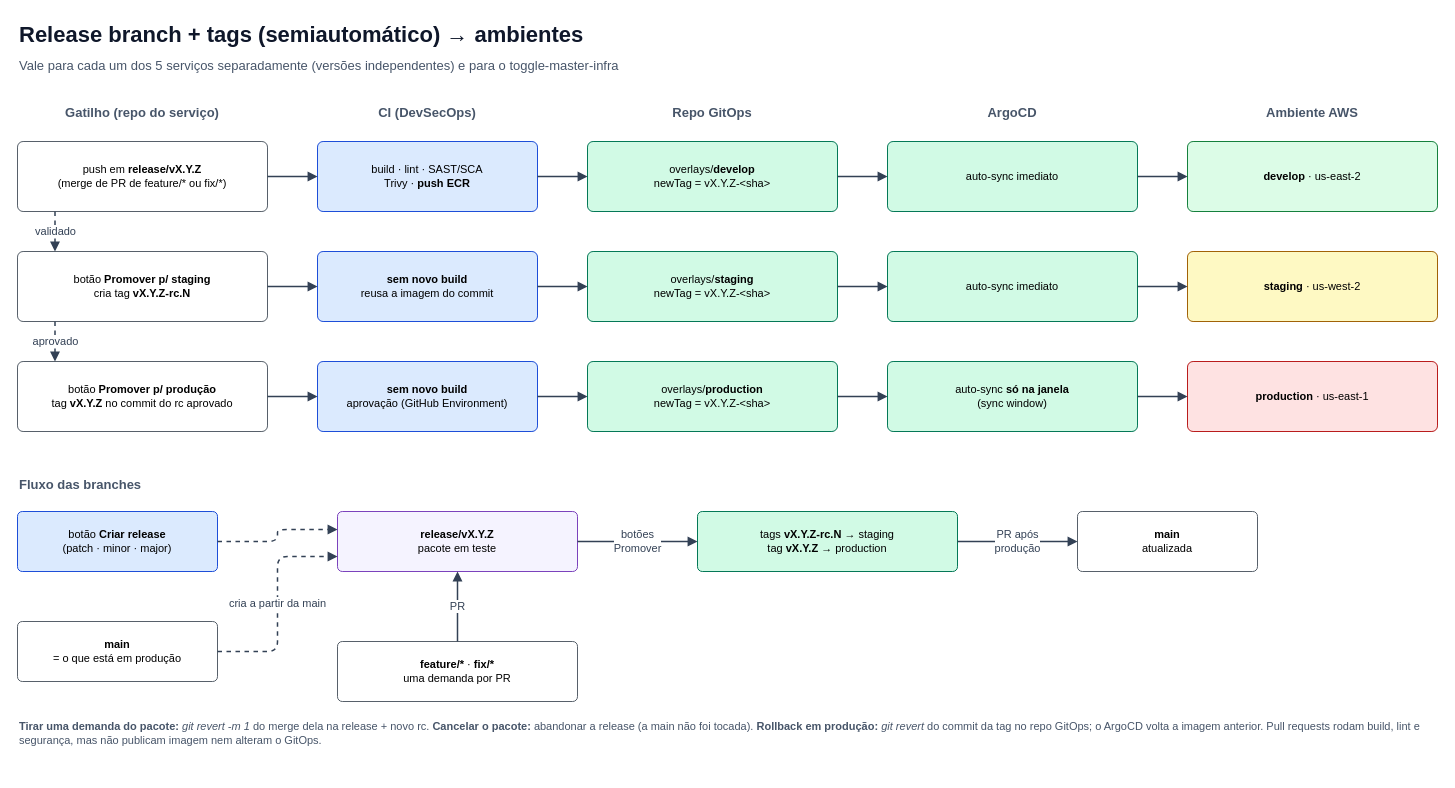
This is page "2. Branches e ambientes" (2 of 2) of docs/fase3-cicd-gitops.drawio from FIAP-PosTech-DevOps/toggle-master-infra, a draw.io file, before an edit. Source tidied: cells renumbered, new cells numbered last; positions are measured from the earlier drawing's top-left corner, leaving out a move shared by most shapes. Both pictures are drawn from the tidied source at 100%, with x=0, y=0 at pixel (17, 17).
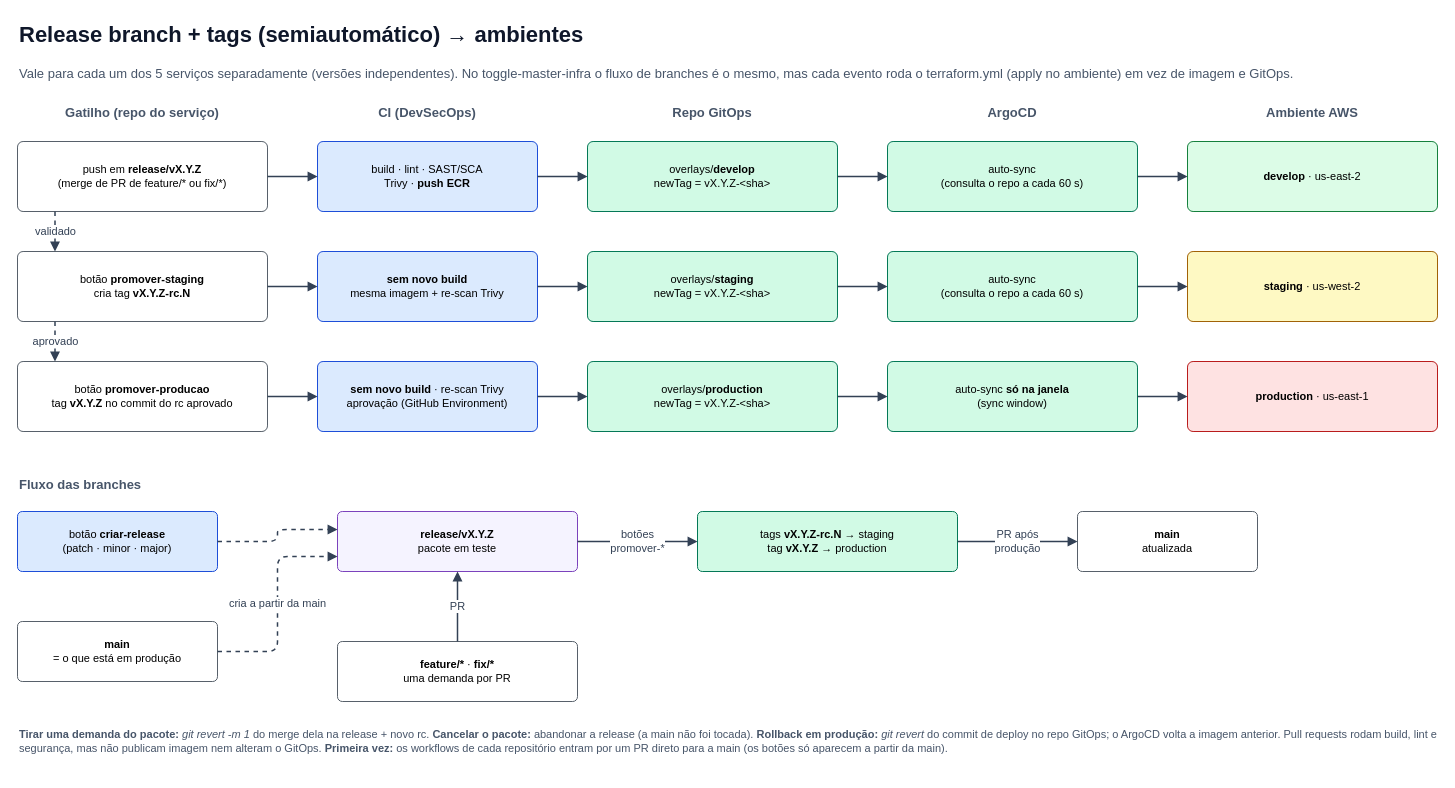
The same page after the edit.

Commit message (it also covers changes not shown here):
docs: atualiza a documentação para a Fase 3 e revisa o diagrama

Unchanged cells that the change refers to:
```xml
<mxCell id="27" value="&lt;b&gt;release/vX.Y.Z&lt;/b&gt;&lt;br&gt;pacote em teste" style="rounded=1;arcSize=8;fillColor=#F5F3FF;strokeColor=#7B42BC;fontSize=11;html=1;whiteSpace=wrap;fontFamily=Helvetica;" parent="1" vertex="1">
  <mxGeometry x="320" y="494" width="240" height="60" as="geometry" />
</mxCell>
<mxCell id="29" value="tags &lt;b&gt;vX.Y.Z-rc.N&lt;/b&gt; → staging&lt;br&gt;tag &lt;b&gt;vX.Y.Z&lt;/b&gt; → production" style="rounded=1;arcSize=8;fillColor=#D1FAE5;strokeColor=#047857;fontSize=11;html=1;whiteSpace=wrap;fontFamily=Helvetica;" parent="1" vertex="1">
  <mxGeometry x="680" y="494" width="260" height="60" as="geometry" />
</mxCell>
```

The edit, as a diff of the source:
```diff
@@
-    <mxCell id="3" value="Vale para cada um dos 5 serviços separadamente (versões independentes) e para o toggle-master-infra" style="text;align=left;verticalAlign=middle;fontSize=13;fontColor=#475569;html=1;whiteSpace=wrap;fontFamily=Helvetica;" parent="1" vertex="1">
-      <mxGeometry y="36" width="1100" height="24" as="geometry" />
+    <mxCell id="3" value="Vale para cada um dos 5 serviços separadamente (versões independentes). No toggle-master-infra o fluxo de branches é o mesmo, mas cada evento roda o terraform.yml (apply no ambiente) em vez de imagem e GitOps." style="text;align=left;verticalAlign=middle;fontSize=13;fontColor=#475569;html=1;whiteSpace=wrap;fontFamily=Helvetica;" parent="1" vertex="1">
+      <mxGeometry y="36" width="1420" height="40" as="geometry" />
     </mxCell>
@@
-    <mxCell id="12" value="auto-sync imediato" style="rounded=1;arcSize=8;fillColor=#D1FAE5;strokeColor=#047857;fontSize=11;html=1;whiteSpace=wrap;fontFamily=Helvetica;" parent="1" vertex="1">
+    <mxCell id="12" value="auto-sync&lt;br&gt;(consulta o repo a cada 60 s)" style="rounded=1;arcSize=8;fillColor=#D1FAE5;strokeColor=#047857;fontSize=11;html=1;whiteSpace=wrap;fontFamily=Helvetica;" parent="1" vertex="1">
       <mxGeometry x="870" y="124" width="250" height="70" as="geometry" />
     </mxCell>
@@
-    <mxCell id="14" value="botão &lt;b&gt;Promover p/ staging&lt;/b&gt;&lt;br&gt;cria tag &lt;b&gt;vX.Y.Z-rc.N&lt;/b&gt;" style="rounded=1;arcSize=8;fillColor=#FFFFFF;strokeColor=#57606A;fontSize=11;html=1;whiteSpace=wrap;fontFamily=Helvetica;" parent="1" vertex="1">
+    <mxCell id="14" value="botão &lt;b&gt;promover-staging&lt;/b&gt;&lt;br&gt;cria tag &lt;b&gt;vX.Y.Z-rc.N&lt;/b&gt;" style="rounded=1;arcSize=8;fillColor=#FFFFFF;strokeColor=#57606A;fontSize=11;html=1;whiteSpace=wrap;fontFamily=Helvetica;" parent="1" vertex="1">
       <mxGeometry y="234" width="250" height="70" as="geometry" />
     </mxCell>
-    <mxCell id="15" value="&lt;b&gt;sem novo build&lt;/b&gt;&lt;br&gt;reusa a imagem do commit" style="rounded=1;arcSize=8;fillColor=#DBEAFE;strokeColor=#1D4ED8;fontSize=11;html=1;whiteSpace=wrap;fontFamily=Helvetica;verticalAlign=middle;" parent="1" vertex="1">
+    <mxCell id="15" value="&lt;b&gt;sem novo build&lt;/b&gt;&lt;br&gt;mesma imagem + re-scan Trivy" style="rounded=1;arcSize=8;fillColor=#DBEAFE;strokeColor=#1D4ED8;fontSize=11;html=1;whiteSpace=wrap;fontFamily=Helvetica;verticalAlign=middle;" parent="1" vertex="1">
       <mxGeometry x="300" y="234" width="220" height="70" as="geometry" />
     </mxCell>
@@
-    <mxCell id="17" value="auto-sync imediato" style="rounded=1;arcSize=8;fillColor=#D1FAE5;strokeColor=#047857;fontSize=11;html=1;whiteSpace=wrap;fontFamily=Helvetica;" parent="1" vertex="1">
+    <mxCell id="17" value="auto-sync&lt;br&gt;(consulta o repo a cada 60 s)" style="rounded=1;arcSize=8;fillColor=#D1FAE5;strokeColor=#047857;fontSize=11;html=1;whiteSpace=wrap;fontFamily=Helvetica;" parent="1" vertex="1">
       <mxGeometry x="870" y="234" width="250" height="70" as="geometry" />
     </mxCell>
@@
-    <mxCell id="19" value="botão &lt;b&gt;Promover p/ produção&lt;/b&gt;&lt;br&gt;tag &lt;b&gt;vX.Y.Z&lt;/b&gt; no commit do rc aprovado" style="rounded=1;arcSize=8;fillColor=#FFFFFF;strokeColor=#57606A;fontSize=11;html=1;whiteSpace=wrap;fontFamily=Helvetica;" parent="1" vertex="1">
+    <mxCell id="19" value="botão &lt;b&gt;promover-producao&lt;/b&gt;&lt;br&gt;tag &lt;b&gt;vX.Y.Z&lt;/b&gt; no commit do rc aprovado" style="rounded=1;arcSize=8;fillColor=#FFFFFF;strokeColor=#57606A;fontSize=11;html=1;whiteSpace=wrap;fontFamily=Helvetica;" parent="1" vertex="1">
       <mxGeometry y="344" width="250" height="70" as="geometry" />
     </mxCell>
-    <mxCell id="20" value="&lt;b&gt;sem novo build&lt;/b&gt;&lt;br&gt;aprovação (GitHub Environment)" style="rounded=1;arcSize=8;fillColor=#DBEAFE;strokeColor=#1D4ED8;fontSize=11;html=1;whiteSpace=wrap;fontFamily=Helvetica;verticalAlign=middle;" parent="1" vertex="1">
+    <mxCell id="20" value="&lt;b&gt;sem novo build&lt;/b&gt; · re-scan Trivy&lt;br&gt;aprovação (GitHub Environment)" style="rounded=1;arcSize=8;fillColor=#DBEAFE;strokeColor=#1D4ED8;fontSize=11;html=1;whiteSpace=wrap;fontFamily=Helvetica;verticalAlign=middle;" parent="1" vertex="1">
       <mxGeometry x="300" y="344" width="220" height="70" as="geometry" />
     </mxCell>
@@
-    <mxCell id="25" value="botão &lt;b&gt;Criar release&lt;/b&gt;&lt;br&gt;(patch · minor · major)" style="rounded=1;arcSize=8;fillColor=#DBEAFE;strokeColor=#1D4ED8;fontSize=11;html=1;whiteSpace=wrap;fontFamily=Helvetica;verticalAlign=middle;" parent="1" vertex="1">
+    <mxCell id="25" value="botão &lt;b&gt;criar-release&lt;/b&gt;&lt;br&gt;(patch · minor · major)" style="rounded=1;arcSize=8;fillColor=#DBEAFE;strokeColor=#1D4ED8;fontSize=11;html=1;whiteSpace=wrap;fontFamily=Helvetica;verticalAlign=middle;" parent="1" vertex="1">
       <mxGeometry y="494" width="200" height="60" as="geometry" />
     </mxCell>
@@
-    <mxCell id="31" value="&lt;b&gt;Tirar uma demanda do pacote:&lt;/b&gt; &lt;i&gt;git revert -m 1&lt;/i&gt; do merge dela na release + novo rc. &lt;b&gt;Cancelar o pacote:&lt;/b&gt; abandonar a release (a main não foi tocada). &lt;b&gt;Rollback em produção:&lt;/b&gt; &lt;i&gt;git revert&lt;/i&gt; do commit da tag no repo GitOps; o ArgoCD volta a imagem anterior. Pull requests rodam build, lint e segurança, mas não publicam imagem nem alteram o GitOps." style="text;align=left;verticalAlign=middle;fontSize=11;fontColor=#475569;html=1;whiteSpace=wrap;fontFamily=Helvetica;" parent="1" vertex="1">
-      <mxGeometry y="694" width="1420" height="44" as="geometry" />
+    <mxCell id="31" value="&lt;b&gt;Tirar uma demanda do pacote:&lt;/b&gt; &lt;i&gt;git revert -m 1&lt;/i&gt; do merge dela na release + novo rc. &lt;b&gt;Cancelar o pacote:&lt;/b&gt; abandonar a release (a main não foi tocada). &lt;b&gt;Rollback em produção:&lt;/b&gt; &lt;i&gt;git revert&lt;/i&gt; do commit de deploy no repo GitOps; o ArgoCD volta a imagem anterior. Pull requests rodam build, lint e segurança, mas não publicam imagem nem alteram o GitOps. &lt;b&gt;Primeira vez:&lt;/b&gt; os workflows de cada repositório entram por um PR direto para a main (os botões só aparecem a partir da main)." style="text;align=left;verticalAlign=middle;fontSize=11;fontColor=#475569;html=1;whiteSpace=wrap;fontFamily=Helvetica;" parent="1" vertex="1">
+      <mxGeometry y="694" width="1420" height="60" as="geometry" />
     </mxCell>
@@
-    <mxCell id="49" value="botões&lt;br&gt;Promover" style="edgeStyle=orthogonalEdgeStyle;rounded=1;jettySize=auto;html=1;endArrow=block;endFill=1;strokeWidth=1.5;fontSize=11;labelBackgroundColor=#FFFFFF;strokeColor=#334155;fontColor=#334155;exitX=1;exitY=0.5;exitDx=0;exitDy=0;entryX=0;entryY=0.5;entryDx=0;entryDy=0;" parent="1" edge="1" source="27" target="29">
+    <mxCell id="49" value="botões&lt;br&gt;promover-*" style="edgeStyle=orthogonalEdgeStyle;rounded=1;jettySize=auto;html=1;endArrow=block;endFill=1;strokeWidth=1.5;fontSize=11;labelBackgroundColor=#FFFFFF;strokeColor=#334155;fontColor=#334155;exitX=1;exitY=0.5;exitDx=0;exitDy=0;entryX=0;entryY=0.5;entryDx=0;entryDy=0;" parent="1" edge="1" source="27" target="29">
       <mxGeometry relative="1" as="geometry" />
     </mxCell>
```
